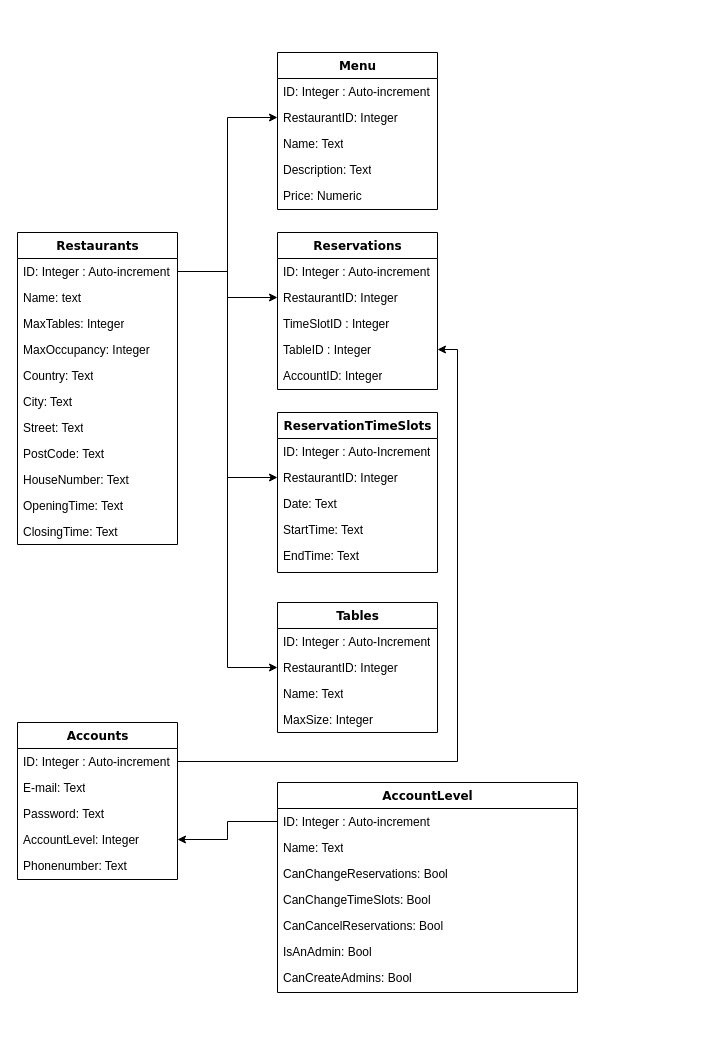
The draw.io diagram RRS/Data/Database/Diagrams/database-diagram-v1.0-15_10_2024.drawio in ItsADanny/HR.Project-B, before the edit. Source tidied: cells renumbered, new cells numbered last; positions are measured from the earlier drawing's top-left corner, leaving out a move shared by most shapes. Both pictures are drawn from the tidied source at 100%, with x=0, y=0 at pixel (17, 52).
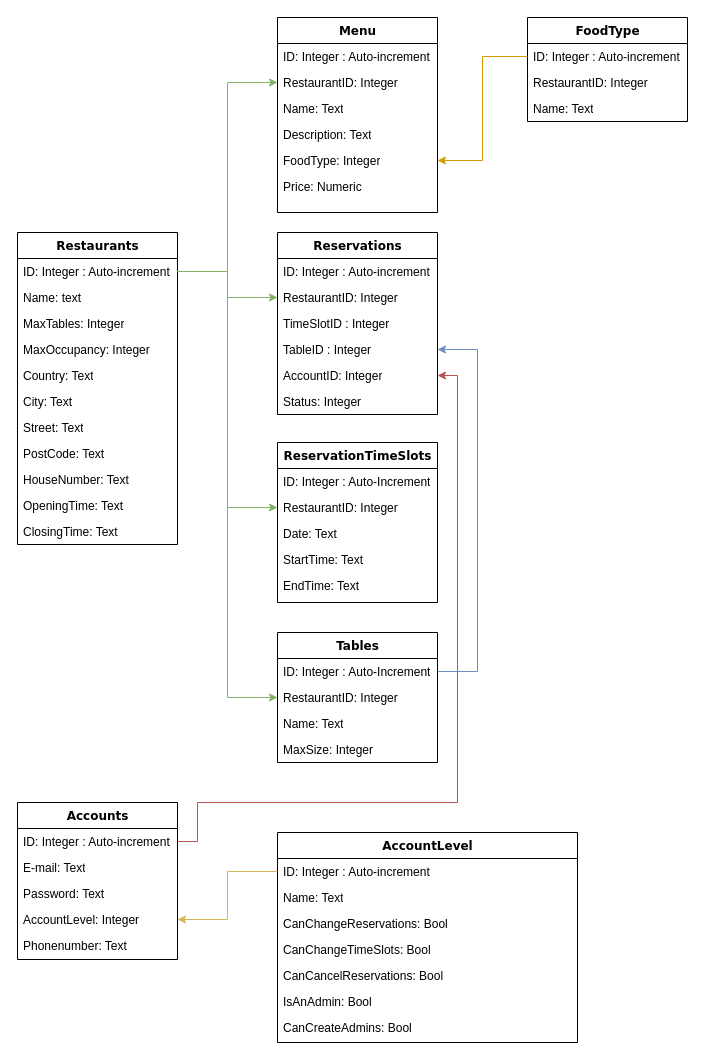
Above is the later version.

Unchanged cells that the change refers to:
```xml
<mxCell id="3" value="ID: Integer : Auto-increment" style="text;html=1;strokeColor=none;fillColor=none;align=left;verticalAlign=top;spacingLeft=4;spacingRight=4;whiteSpace=wrap;overflow=hidden;points=[[0,0.5],[1,0.5]];portConstraint=eastwest;" parent="2" vertex="1">
  <mxGeometry y="26" width="160" height="26" as="geometry" />
</mxCell>
<mxCell id="6" value="AccountLevel: Integer" style="text;html=1;strokeColor=none;fillColor=none;align=left;verticalAlign=top;spacingLeft=4;spacingRight=4;whiteSpace=wrap;overflow=hidden;points=[[0,0.5],[1,0.5]];portConstraint=eastwest;" parent="2" vertex="1">
  <mxGeometry y="104" width="160" height="26" as="geometry" />
</mxCell>
<mxCell id="10" value="RestaurantID: Integer" style="text;html=1;strokeColor=none;fillColor=none;align=left;verticalAlign=top;spacingLeft=4;spacingRight=4;whiteSpace=wrap;overflow=hidden;points=[[0,0.5],[1,0.5]];portConstraint=eastwest;" parent="8" vertex="1">
  <mxGeometry y="52" width="160" height="26" as="geometry" />
</mxCell>
<mxCell id="12" value="TableID : Integer" style="text;html=1;strokeColor=none;fillColor=none;align=left;verticalAlign=top;spacingLeft=4;spacingRight=4;whiteSpace=wrap;overflow=hidden;points=[[0,0.5],[1,0.5]];portConstraint=eastwest;" parent="8" vertex="1">
  <mxGeometry y="104" width="160" height="26" as="geometry" />
</mxCell>
<mxCell id="13" value="AccountID: Integer" style="text;html=1;strokeColor=none;fillColor=none;align=left;verticalAlign=top;spacingLeft=4;spacingRight=4;whiteSpace=wrap;overflow=hidden;points=[[0,0.5],[1,0.5]];portConstraint=eastwest;" parent="8" vertex="1">
  <mxGeometry y="130" width="160" height="26" as="geometry" />
</mxCell>
<mxCell id="15" value="ID: Integer : Auto-Increment" style="text;html=1;strokeColor=none;fillColor=none;align=left;verticalAlign=top;spacingLeft=4;spacingRight=4;whiteSpace=wrap;overflow=hidden;points=[[0,0.5],[1,0.5]];portConstraint=eastwest;" parent="14" vertex="1">
  <mxGeometry y="26" width="160" height="26" as="geometry" />
</mxCell>
<mxCell id="16" value="RestaurantID: Integer" style="text;html=1;strokeColor=none;fillColor=none;align=left;verticalAlign=top;spacingLeft=4;spacingRight=4;whiteSpace=wrap;overflow=hidden;points=[[0,0.5],[1,0.5]];portConstraint=eastwest;" parent="14" vertex="1">
  <mxGeometry y="52" width="160" height="26" as="geometry" />
</mxCell>
<mxCell id="21" value="RestaurantID: Integer" style="text;html=1;strokeColor=none;fillColor=none;align=left;verticalAlign=top;spacingLeft=4;spacingRight=4;whiteSpace=wrap;overflow=hidden;points=[[0,0.5],[1,0.5]];portConstraint=eastwest;" parent="19" vertex="1">
  <mxGeometry y="52" width="160" height="26" as="geometry" />
</mxCell>
<mxCell id="26" value="ID: Integer : Auto-increment" style="text;html=1;strokeColor=none;fillColor=none;align=left;verticalAlign=top;spacingLeft=4;spacingRight=4;whiteSpace=wrap;overflow=hidden;points=[[0,0.5],[1,0.5]];portConstraint=eastwest;" parent="25" vertex="1">
  <mxGeometry y="26" width="300" height="26" as="geometry" />
</mxCell>
<mxCell id="35" value="ID: Integer : Auto-increment" style="text;html=1;strokeColor=none;fillColor=none;align=left;verticalAlign=top;spacingLeft=4;spacingRight=4;whiteSpace=wrap;overflow=hidden;points=[[0,0.5],[1,0.5]];portConstraint=eastwest;" parent="34" vertex="1">
  <mxGeometry y="26" width="160" height="26" as="geometry" />
</mxCell>
<mxCell id="51" value="RestaurantID: Integer" style="text;html=1;strokeColor=none;fillColor=none;align=left;verticalAlign=top;spacingLeft=4;spacingRight=4;whiteSpace=wrap;overflow=hidden;points=[[0,0.5],[1,0.5]];portConstraint=eastwest;" parent="49" vertex="1">
  <mxGeometry y="52" width="160" height="26" as="geometry" />
</mxCell>
```

What changed in the source:
```diff
@@
     <mxCell id="2" value="Accounts" style="swimlane;html=1;fontStyle=1;align=center;verticalAlign=top;horizontal=1;startSize=26;swimlaneFillColor=#ffffff;rounded=0;shadow=0;comic=0;labelBackgroundColor=none;strokeWidth=1;fillColor=none;fontFamily=Verdana;fontSize=12;" parent="1" vertex="1">
-      <mxGeometry y="670" width="160" height="157" as="geometry" />
+      <mxGeometry y="750" width="160" height="157" as="geometry" />
     </mxCell>
@@
     <mxCell id="8" value="Reservations" style="swimlane;html=1;fontStyle=1;align=center;verticalAlign=top;horizontal=1;startSize=26;swimlaneFillColor=#ffffff;rounded=0;shadow=0;comic=0;labelBackgroundColor=none;strokeWidth=1;fillColor=none;fontFamily=Verdana;fontSize=12;" parent="1" vertex="1">
-      <mxGeometry x="260" y="180" width="160" height="157" as="geometry" />
+      <mxGeometry x="260" y="180" width="160" height="182" as="geometry" />
     </mxCell>
@@
+    <mxCell id="57" value="Status: Integer" style="text;html=1;strokeColor=none;fillColor=none;align=left;verticalAlign=top;spacingLeft=4;spacingRight=4;whiteSpace=wrap;overflow=hidden;" parent="8" vertex="1">
+      <mxGeometry y="156" width="160" height="26" as="geometry" />
+    </mxCell>
     <mxCell id="14" value="Tables" style="swimlane;html=1;fontStyle=1;align=center;verticalAlign=top;horizontal=1;startSize=26;swimlaneFillColor=#ffffff;rounded=0;shadow=0;comic=0;labelBackgroundColor=none;strokeWidth=1;fillColor=none;fontFamily=Verdana;fontSize=12;" parent="1" vertex="1">
-      <mxGeometry x="260" y="550" width="160" height="130" as="geometry" />
+      <mxGeometry x="260" y="580" width="160" height="130" as="geometry" />
     </mxCell>
@@
     <mxCell id="19" value="ReservationTimeSlots" style="swimlane;html=1;fontStyle=1;align=center;verticalAlign=top;horizontal=1;startSize=26;swimlaneFillColor=#ffffff;rounded=0;shadow=0;comic=0;labelBackgroundColor=none;strokeWidth=1;fillColor=none;fontFamily=Verdana;fontSize=12;" parent="1" vertex="1">
-      <mxGeometry x="260" y="360" width="160" height="160" as="geometry" />
+      <mxGeometry x="260" y="390" width="160" height="160" as="geometry" />
     </mxCell>
@@
     <mxCell id="25" value="AccountLevel" style="swimlane;html=1;fontStyle=1;align=center;verticalAlign=top;horizontal=1;startSize=26;swimlaneFillColor=#ffffff;rounded=0;shadow=0;comic=0;labelBackgroundColor=none;strokeWidth=1;fillColor=none;fontFamily=Verdana;fontSize=12;" parent="1" vertex="1">
-      <mxGeometry x="260" y="730" width="300" height="210" as="geometry" />
+      <mxGeometry x="260" y="780" width="300" height="210" as="geometry" />
     </mxCell>
@@
-    <mxCell id="33" style="edgeStyle=orthogonalEdgeStyle;rounded=0;jettySize=auto;html=1;exitX=0;exitY=0.5;exitDx=0;exitDy=0;" parent="1" edge="1" source="26" target="6">
+    <mxCell id="33" style="edgeStyle=orthogonalEdgeStyle;rounded=0;jettySize=auto;html=1;exitX=0;exitY=0.5;exitDx=0;exitDy=0;fillColor=#fff2cc;strokeColor=#d6b656;" parent="1" edge="1" source="26" target="6">
       <mxGeometry relative="1" as="geometry" />
     </mxCell>
@@
-    <mxCell id="46" style="edgeStyle=orthogonalEdgeStyle;rounded=0;jettySize=auto;html=1;exitX=1;exitY=0.5;exitDx=0;exitDy=0;entryX=0;entryY=0.5;entryDx=0;entryDy=0;" parent="1" edge="1" source="35" target="21">
+    <mxCell id="46" style="edgeStyle=orthogonalEdgeStyle;rounded=0;jettySize=auto;html=1;exitX=1;exitY=0.5;exitDx=0;exitDy=0;entryX=0;entryY=0.5;entryDx=0;entryDy=0;fillColor=#d5e8d4;strokeColor=#82b366;" parent="1" edge="1" source="35" target="21">
       <mxGeometry relative="1" as="geometry" />
     </mxCell>
-    <mxCell id="47" style="edgeStyle=orthogonalEdgeStyle;rounded=0;jettySize=auto;html=1;exitX=1;exitY=0.5;exitDx=0;exitDy=0;entryX=0;entryY=0.5;entryDx=0;entryDy=0;" parent="1" edge="1" source="35" target="10">
+    <mxCell id="47" style="edgeStyle=orthogonalEdgeStyle;rounded=0;jettySize=auto;html=1;exitX=1;exitY=0.5;exitDx=0;exitDy=0;entryX=0;entryY=0.5;entryDx=0;entryDy=0;fillColor=#d5e8d4;strokeColor=#82b366;" parent="1" edge="1" source="35" target="10">
       <mxGeometry relative="1" as="geometry" />
     </mxCell>
-    <mxCell id="48" style="edgeStyle=orthogonalEdgeStyle;rounded=0;jettySize=auto;html=1;exitX=1;exitY=0.5;exitDx=0;exitDy=0;entryX=0;entryY=0.5;entryDx=0;entryDy=0;" parent="1" edge="1" source="35" target="16">
+    <mxCell id="48" style="edgeStyle=orthogonalEdgeStyle;rounded=0;jettySize=auto;html=1;exitX=1;exitY=0.5;exitDx=0;exitDy=0;entryX=0;entryY=0.5;entryDx=0;entryDy=0;fillColor=#d5e8d4;strokeColor=#82b366;" parent="1" edge="1" source="35" target="16">
       <mxGeometry relative="1" as="geometry" />
     </mxCell>
     <mxCell id="49" value="Menu" style="swimlane;html=1;fontStyle=1;align=center;verticalAlign=top;horizontal=1;startSize=26;swimlaneFillColor=#ffffff;rounded=0;shadow=0;comic=0;labelBackgroundColor=none;strokeWidth=1;fillColor=none;fontFamily=Verdana;fontSize=12;" parent="1" vertex="1">
-      <mxGeometry x="260" width="160" height="157" as="geometry" />
+      <mxGeometry x="260" y="-35" width="160" height="195" as="geometry" />
     </mxCell>
@@
+    <mxCell id="58" value="FoodType: Integer" style="text;html=1;strokeColor=none;fillColor=none;align=left;verticalAlign=top;spacingLeft=4;spacingRight=4;whiteSpace=wrap;overflow=hidden;points=[[0,0.5],[1,0.5]];portConstraint=eastwest;" parent="49" vertex="1">
+      <mxGeometry y="130" width="160" height="26" as="geometry" />
+    </mxCell>
     <mxCell id="54" value="Price: Numeric" style="text;html=1;strokeColor=none;fillColor=none;align=left;verticalAlign=top;spacingLeft=4;spacingRight=4;whiteSpace=wrap;overflow=hidden;" parent="49" vertex="1">
-      <mxGeometry y="130" width="160" height="26" as="geometry" />
+      <mxGeometry y="156" width="160" height="26" as="geometry" />
     </mxCell>
-    <mxCell id="55" style="edgeStyle=orthogonalEdgeStyle;rounded=0;jettySize=auto;html=1;exitX=1;exitY=0.5;exitDx=0;exitDy=0;entryX=0;entryY=0.5;entryDx=0;entryDy=0;" parent="1" edge="1" source="35" target="51">
+    <mxCell id="55" style="edgeStyle=orthogonalEdgeStyle;rounded=0;jettySize=auto;html=1;exitX=1;exitY=0.5;exitDx=0;exitDy=0;entryX=0;entryY=0.5;entryDx=0;entryDy=0;fillColor=#d5e8d4;strokeColor=#82b366;" parent="1" edge="1" source="35" target="51">
       <mxGeometry relative="1" as="geometry" />
     </mxCell>
-    <mxCell id="56" style="edgeStyle=orthogonalEdgeStyle;rounded=0;jettySize=auto;html=1;exitX=1;exitY=0.5;exitDx=0;exitDy=0;entryX=1;entryY=0.5;entryDx=0;entryDy=0;" parent="1" edge="1" source="3" target="12">
-      <mxGeometry relative="1" as="geometry" />
-    </mxCell>
+    <mxCell id="59" value="FoodType" style="swimlane;html=1;fontStyle=1;align=center;verticalAlign=top;horizontal=1;startSize=26;swimlaneFillColor=#ffffff;rounded=0;shadow=0;comic=0;labelBackgroundColor=none;strokeWidth=1;fillColor=none;fontFamily=Verdana;fontSize=12;" parent="1" vertex="1">
+      <mxGeometry x="510" y="-35" width="160" height="104" as="geometry" />
+    </mxCell>
+    <mxCell id="60" value="ID: Integer : Auto-increment" style="text;html=1;strokeColor=none;fillColor=none;align=left;verticalAlign=top;spacingLeft=4;spacingRight=4;whiteSpace=wrap;overflow=hidden;points=[[0,0.5],[1,0.5]];portConstraint=eastwest;" parent="59" vertex="1">
+      <mxGeometry y="26" width="160" height="26" as="geometry" />
+    </mxCell>
+    <mxCell id="61" value="RestaurantID: Integer" style="text;html=1;strokeColor=none;fillColor=none;align=left;verticalAlign=top;spacingLeft=4;spacingRight=4;whiteSpace=wrap;overflow=hidden;" parent="59" vertex="1">
+      <mxGeometry y="52" width="160" height="26" as="geometry" />
+    </mxCell>
+    <mxCell id="62" value="Name: Text" style="text;html=1;strokeColor=none;fillColor=none;align=left;verticalAlign=top;spacingLeft=4;spacingRight=4;whiteSpace=wrap;overflow=hidden;" parent="59" vertex="1">
+      <mxGeometry y="78" width="160" height="26" as="geometry" />
+    </mxCell>
+    <mxCell id="63" style="edgeStyle=orthogonalEdgeStyle;rounded=0;jettySize=auto;html=1;exitX=0;exitY=0.5;exitDx=0;exitDy=0;entryX=1;entryY=0.5;entryDx=0;entryDy=0;fillColor=#ffe6cc;strokeColor=#d79b00;" parent="1" edge="1" source="60" target="58">
+      <mxGeometry relative="1" as="geometry" />
+    </mxCell>
+    <mxCell id="64" style="edgeStyle=orthogonalEdgeStyle;rounded=0;jettySize=auto;html=1;exitX=1;exitY=0.5;exitDx=0;exitDy=0;entryX=1;entryY=0.5;entryDx=0;entryDy=0;fillColor=#f8cecc;strokeColor=#b85450;" parent="1" edge="1" source="3" target="13">
+      <mxGeometry relative="1" as="geometry">
+        <Array as="points">
+          <mxPoint x="180" y="789" />
+          <mxPoint x="180" y="750" />
+          <mxPoint x="440" y="750" />
+          <mxPoint x="440" y="323" />
+        </Array>
+      </mxGeometry>
+    </mxCell>
+    <mxCell id="65" style="edgeStyle=orthogonalEdgeStyle;rounded=0;jettySize=auto;html=1;exitX=1;exitY=0.5;exitDx=0;exitDy=0;entryX=1;entryY=0.5;entryDx=0;entryDy=0;fillColor=#dae8fc;strokeColor=#6c8ebf;" parent="1" edge="1" source="15" target="12">
+      <mxGeometry relative="1" as="geometry">
+        <Array as="points">
+          <mxPoint x="460" y="619" />
+          <mxPoint x="460" y="297" />
+        </Array>
+      </mxGeometry>
+    </mxCell>
```
